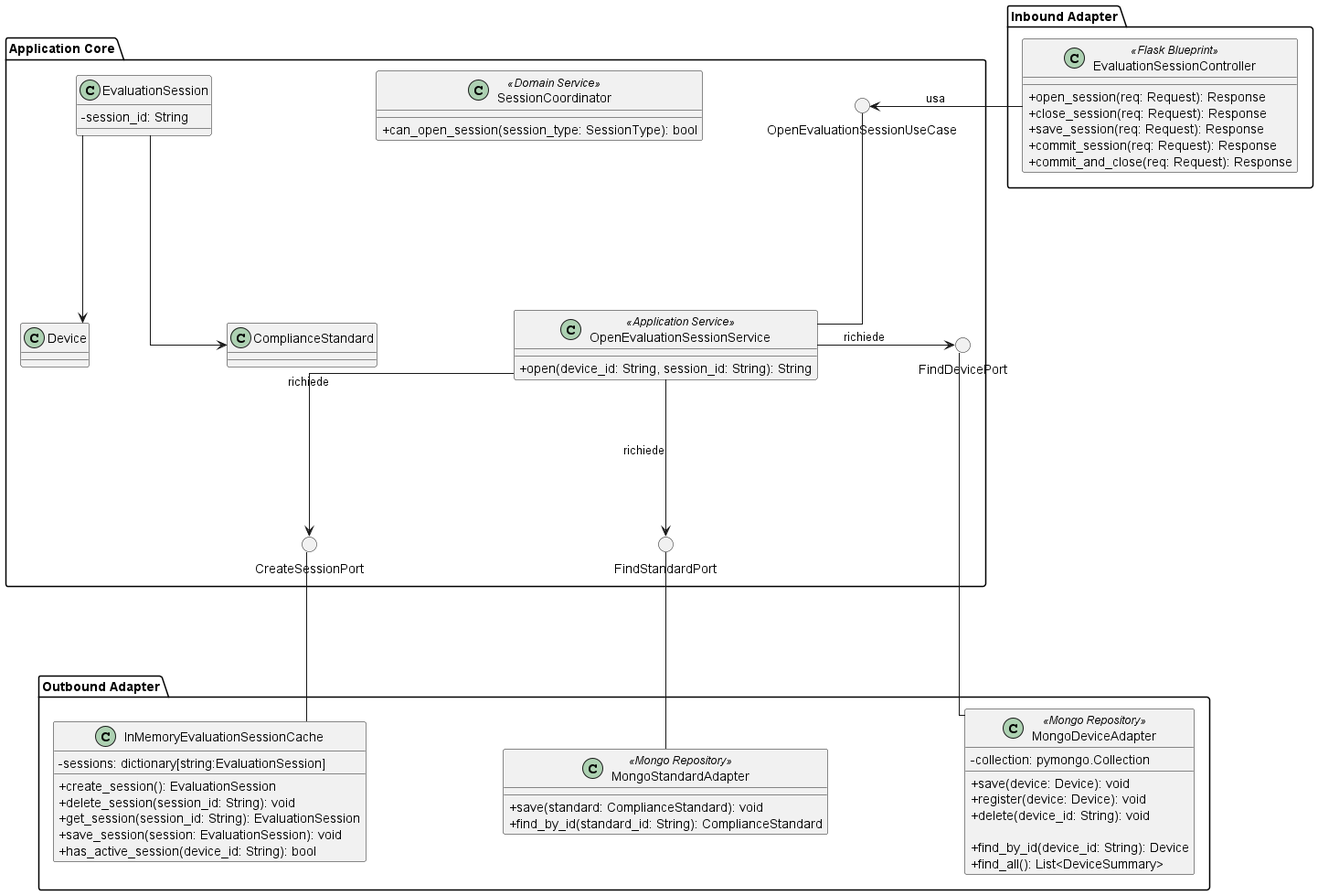
GroupRubberDuck/Documentazione keeps this PlantUML diagram as src/PB/DocumentazioneEsterna/Specifica_Tecnica/content/uml/png/Session/OpenEvaluationSession.png. Above is the earlier version.
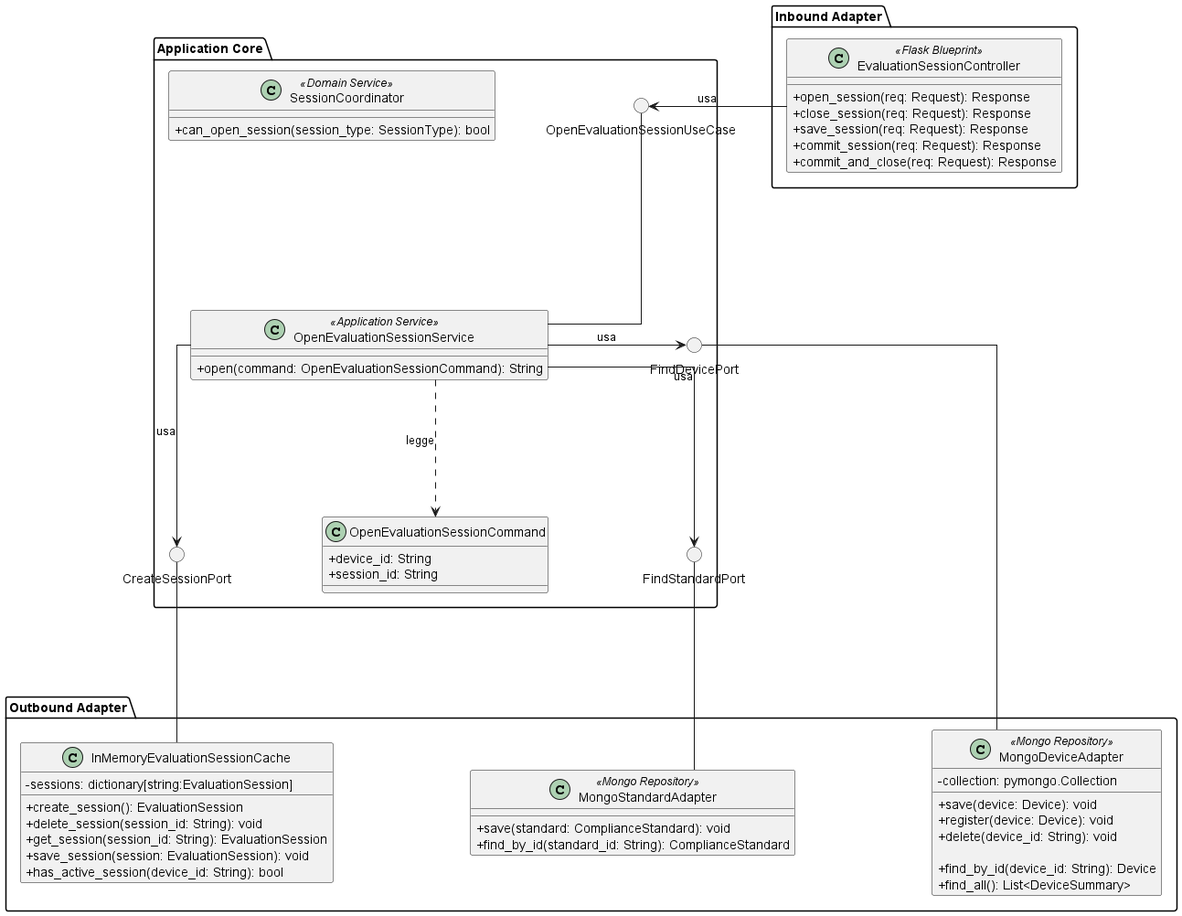
The same file after the commit.

Change to the diagram source:
```diff
@@ -1,5 +1,6 @@
 @startuml OpenEvaluationSession
 
+skinparam linetype ortho
 skinparam nodesep 150
 skinparam ranksep 150
 skinparam classAttributeIconSize 0
@@ -14,6 +15,11 @@
 
     !include ApplicationServices/OpenEvaluationSessionService.puml
 
+    class OpenEvaluationSessionCommand {
+        + device_id: String
+        + session_id: String
+    }
+
     class SessionCoordinator <<Domain Service>> {
         + can_open_session(session_type: SessionType): bool
     }
@@ -22,14 +28,17 @@
     () "FindStandardPort"
     () "CreateSessionPort"
 
-    !include Domain/EvaluationSession.puml
+
 
     OpenEvaluationSessionService -up- OpenEvaluationSessionUseCase
+    OpenEvaluationSessionService .down.> OpenEvaluationSessionCommand : legge
 
-    OpenEvaluationSessionService -right-> FindDevicePort : richiede
-    OpenEvaluationSessionService -down-> FindStandardPort : richiede
-    OpenEvaluationSessionService -down-> CreateSessionPort : richiede
+    OpenEvaluationSessionService -right-> FindDevicePort : usa
+    OpenEvaluationSessionService -down-> FindStandardPort :usa
+    OpenEvaluationSessionService -down-> CreateSessionPort :usa
 
+    CreateSessionPort -[hidden]right- OpenEvaluationSessionCommand
+    OpenEvaluationSessionCommand -[hidden]right- FindStandardPort
 }
 
 package "Outbound Adapter" {
```
